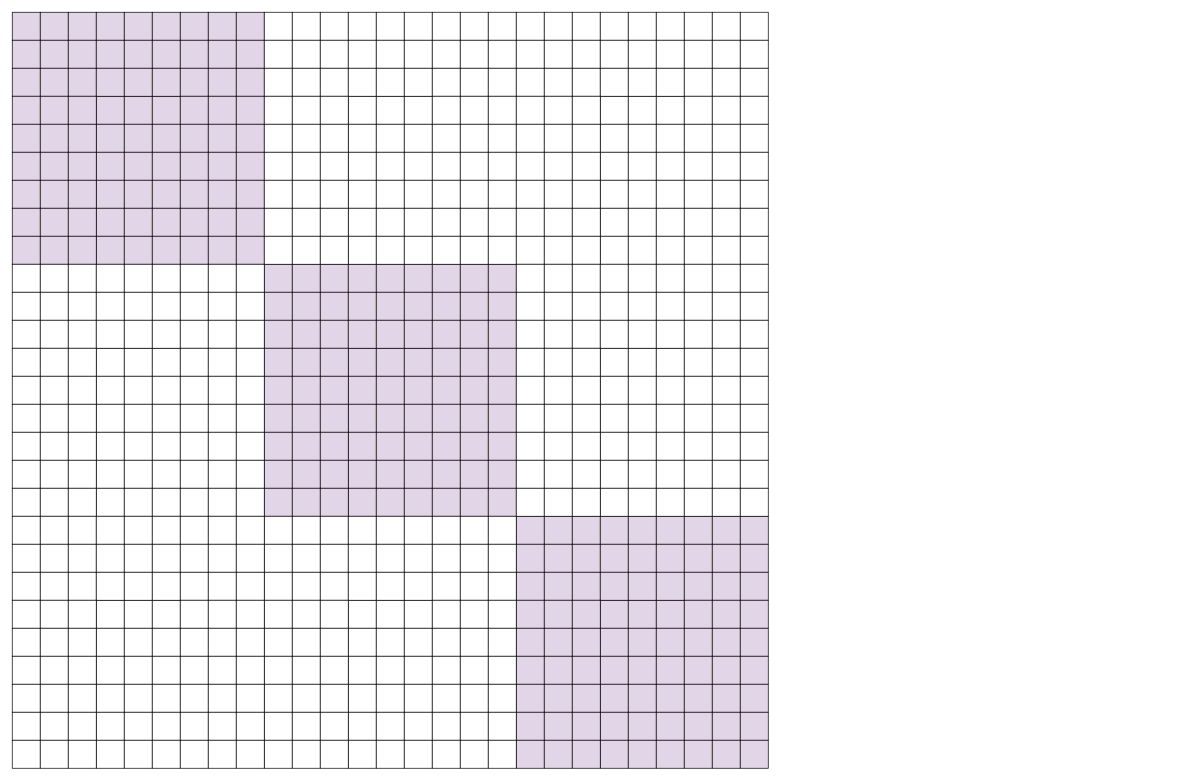
Before: DenseSolver.drawio in piDack/PerformanceCheckUtils, a draw.io diagram. Source tidied: cells renumbered, new cells numbered last; positions are measured from the earlier drawing's top-left corner, leaving out a move shared by most shapes. Both pictures are drawn from the tidied source at 70%, with x=0, y=0 at pixel (12, 12).
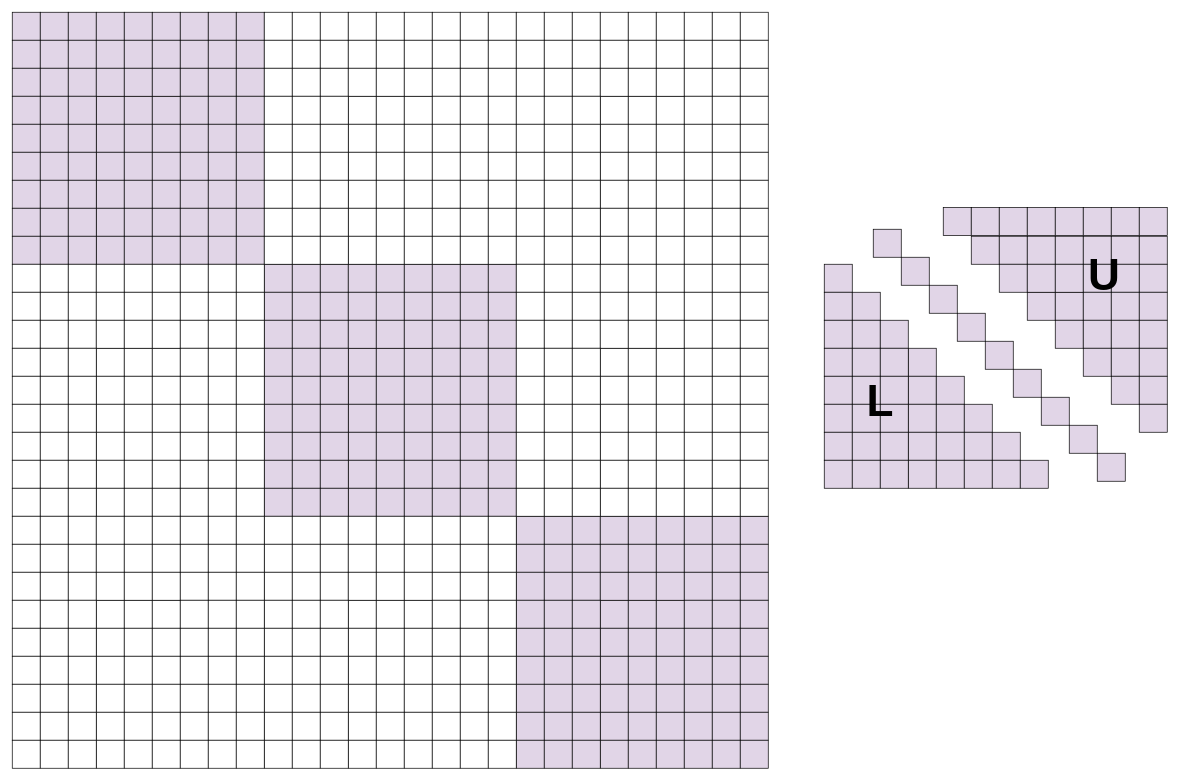
The same diagram, later.

Diff of the diagram source:
```diff
@@
+    <mxCell id="731" style="whiteSpace=wrap;html=1;fillColor=#e1d5e7;strokeColor=default;" parent="1" vertex="1">
+      <mxGeometry x="1230" y="310" width="40" height="40" as="geometry" />
+    </mxCell>
+    <mxCell id="732" style="whiteSpace=wrap;html=1;fillColor=#e1d5e7;strokeColor=default;" parent="1" vertex="1">
+      <mxGeometry x="1330" y="279" width="40" height="40" as="geometry" />
+    </mxCell>
+    <mxCell id="733" style="whiteSpace=wrap;html=1;fillColor=#e1d5e7;strokeColor=default;" parent="1" vertex="1">
+      <mxGeometry x="1370" y="279" width="40" height="40" as="geometry" />
+    </mxCell>
+    <mxCell id="734" style="whiteSpace=wrap;html=1;fillColor=#e1d5e7;strokeColor=default;" parent="1" vertex="1">
+      <mxGeometry x="1160" y="360" width="40" height="40" as="geometry" />
+    </mxCell>
+    <mxCell id="735" style="whiteSpace=wrap;html=1;fillColor=#e1d5e7;strokeColor=default;" parent="1" vertex="1">
+      <mxGeometry x="1270" y="350" width="40" height="40" as="geometry" />
+    </mxCell>
+    <mxCell id="736" style="whiteSpace=wrap;html=1;fillColor=#e1d5e7;strokeColor=default;" parent="1" vertex="1">
+      <mxGeometry x="1370" y="320" width="40" height="40" as="geometry" />
+    </mxCell>
+    <mxCell id="737" style="whiteSpace=wrap;html=1;fillColor=#e1d5e7;strokeColor=default;" parent="1" vertex="1">
+      <mxGeometry x="1160" y="400" width="40" height="40" as="geometry" />
+    </mxCell>
+    <mxCell id="738" style="whiteSpace=wrap;html=1;fillColor=#e1d5e7;strokeColor=default;" parent="1" vertex="1">
+      <mxGeometry x="1200" y="400" width="40" height="40" as="geometry" />
+    </mxCell>
+    <mxCell id="739" style="whiteSpace=wrap;html=1;fillColor=#e1d5e7;strokeColor=default;" parent="1" vertex="1">
+      <mxGeometry x="1310" y="390" width="40" height="40" as="geometry" />
+    </mxCell>
+    <mxCell id="740" style="whiteSpace=wrap;html=1;fillColor=#e1d5e7;strokeColor=default;" parent="1" vertex="1">
+      <mxGeometry x="1350" y="430" width="40" height="40" as="geometry" />
+    </mxCell>
+    <mxCell id="741" style="whiteSpace=wrap;html=1;fillColor=#e1d5e7;strokeColor=default;" parent="1" vertex="1">
+      <mxGeometry x="1450" y="400" width="40" height="40" as="geometry" />
+    </mxCell>
+    <mxCell id="742" style="whiteSpace=wrap;html=1;fillColor=#e1d5e7;strokeColor=default;" parent="1" vertex="1">
+      <mxGeometry x="1490" y="400" width="40" height="40" as="geometry" />
+    </mxCell>
+    <mxCell id="743" style="whiteSpace=wrap;html=1;fillColor=#e1d5e7;strokeColor=default;" parent="1" vertex="1">
+      <mxGeometry x="1280" y="480" width="40" height="40" as="geometry" />
+    </mxCell>
+    <mxCell id="744" style="whiteSpace=wrap;html=1;fillColor=#e1d5e7;strokeColor=default;" parent="1" vertex="1">
+      <mxGeometry x="1390" y="470" width="40" height="40" as="geometry" />
+    </mxCell>
+    <mxCell id="745" style="whiteSpace=wrap;html=1;fillColor=#e1d5e7;strokeColor=default;" parent="1" vertex="1">
+      <mxGeometry x="1490" y="440" width="40" height="40" as="geometry" />
+    </mxCell>
+    <mxCell id="746" style="whiteSpace=wrap;html=1;fillColor=#e1d5e7;strokeColor=default;" parent="1" vertex="1">
+      <mxGeometry x="1280" y="520" width="40" height="40" as="geometry" />
+    </mxCell>
+    <mxCell id="747" style="whiteSpace=wrap;html=1;fillColor=#e1d5e7;strokeColor=default;" parent="1" vertex="1">
+      <mxGeometry x="1320" y="520" width="40" height="40" as="geometry" />
+    </mxCell>
+    <mxCell id="748" style="whiteSpace=wrap;html=1;fillColor=#e1d5e7;strokeColor=default;" parent="1" vertex="1">
+      <mxGeometry x="1430" y="510" width="40" height="40" as="geometry" />
+    </mxCell>
+    <mxCell id="749" style="whiteSpace=wrap;html=1;fillColor=#e1d5e7;strokeColor=default;" parent="1" vertex="1">
+      <mxGeometry x="1410" y="279" width="40" height="40" as="geometry" />
+    </mxCell>
+    <mxCell id="750" style="whiteSpace=wrap;html=1;fillColor=#e1d5e7;strokeColor=default;" parent="1" vertex="1">
+      <mxGeometry x="1450" y="279" width="40" height="40" as="geometry" />
+    </mxCell>
+    <mxCell id="751" style="whiteSpace=wrap;html=1;fillColor=#e1d5e7;strokeColor=default;" parent="1" vertex="1">
+      <mxGeometry x="1490" y="279" width="40" height="40" as="geometry" />
+    </mxCell>
+    <mxCell id="752" style="whiteSpace=wrap;html=1;fillColor=#e1d5e7;strokeColor=default;" parent="1" vertex="1">
+      <mxGeometry x="1410" y="320" width="40" height="40" as="geometry" />
+    </mxCell>
+    <mxCell id="753" style="whiteSpace=wrap;html=1;fillColor=#e1d5e7;strokeColor=default;" parent="1" vertex="1">
+      <mxGeometry x="1450" y="320" width="40" height="40" as="geometry" />
+    </mxCell>
+    <mxCell id="754" style="whiteSpace=wrap;html=1;fillColor=#e1d5e7;strokeColor=default;" parent="1" vertex="1">
+      <mxGeometry x="1490" y="320" width="40" height="40" as="geometry" />
+    </mxCell>
+    <mxCell id="755" style="whiteSpace=wrap;html=1;fillColor=#e1d5e7;strokeColor=default;" parent="1" vertex="1">
+      <mxGeometry x="1410" y="360" width="40" height="40" as="geometry" />
+    </mxCell>
+    <mxCell id="756" style="whiteSpace=wrap;html=1;fillColor=#e1d5e7;strokeColor=default;" parent="1" vertex="1">
+      <mxGeometry x="1450" y="360" width="40" height="40" as="geometry" />
+    </mxCell>
+    <mxCell id="757" style="whiteSpace=wrap;html=1;fillColor=#e1d5e7;strokeColor=default;" parent="1" vertex="1">
+      <mxGeometry x="1490" y="360" width="40" height="40" as="geometry" />
+    </mxCell>
+    <mxCell id="758" style="whiteSpace=wrap;html=1;fillColor=#e1d5e7;strokeColor=default;" parent="1" vertex="1">
+      <mxGeometry x="1530" y="279" width="40" height="40" as="geometry" />
+    </mxCell>
+    <mxCell id="759" style="whiteSpace=wrap;html=1;fillColor=#e1d5e7;strokeColor=default;" parent="1" vertex="1">
+      <mxGeometry x="1570" y="279" width="40" height="40" as="geometry" />
+    </mxCell>
+    <mxCell id="760" style="whiteSpace=wrap;html=1;fillColor=#e1d5e7;strokeColor=default;" parent="1" vertex="1">
+      <mxGeometry x="1610" y="279" width="40" height="40" as="geometry" />
+    </mxCell>
+    <mxCell id="761" style="whiteSpace=wrap;html=1;fillColor=#e1d5e7;strokeColor=default;" parent="1" vertex="1">
+      <mxGeometry x="1530" y="320" width="40" height="40" as="geometry" />
+    </mxCell>
+    <mxCell id="762" style="whiteSpace=wrap;html=1;fillColor=#e1d5e7;strokeColor=default;" parent="1" vertex="1">
+      <mxGeometry x="1570" y="320" width="40" height="40" as="geometry" />
+    </mxCell>
+    <mxCell id="763" style="whiteSpace=wrap;html=1;fillColor=#e1d5e7;strokeColor=default;" parent="1" vertex="1">
+      <mxGeometry x="1610" y="320" width="40" height="40" as="geometry" />
+    </mxCell>
+    <mxCell id="764" style="whiteSpace=wrap;html=1;fillColor=#e1d5e7;strokeColor=default;" parent="1" vertex="1">
+      <mxGeometry x="1530" y="360" width="40" height="40" as="geometry" />
+    </mxCell>
+    <mxCell id="765" style="whiteSpace=wrap;html=1;fillColor=#e1d5e7;strokeColor=default;" parent="1" vertex="1">
+      <mxGeometry x="1570" y="360" width="40" height="40" as="geometry" />
+    </mxCell>
+    <mxCell id="766" style="whiteSpace=wrap;html=1;fillColor=#e1d5e7;strokeColor=default;" parent="1" vertex="1">
+      <mxGeometry x="1610" y="360" width="40" height="40" as="geometry" />
+    </mxCell>
+    <mxCell id="767" style="whiteSpace=wrap;html=1;fillColor=#e1d5e7;strokeColor=default;" parent="1" vertex="1">
+      <mxGeometry x="1160" y="440" width="40" height="40" as="geometry" />
+    </mxCell>
+    <mxCell id="768" style="whiteSpace=wrap;html=1;fillColor=#e1d5e7;strokeColor=default;" parent="1" vertex="1">
+      <mxGeometry x="1200" y="440" width="40" height="40" as="geometry" />
+    </mxCell>
+    <mxCell id="769" style="whiteSpace=wrap;html=1;fillColor=#e1d5e7;strokeColor=default;" parent="1" vertex="1">
+      <mxGeometry x="1240" y="440" width="40" height="40" as="geometry" />
+    </mxCell>
+    <mxCell id="770" style="whiteSpace=wrap;html=1;fillColor=#e1d5e7;strokeColor=default;" parent="1" vertex="1">
+      <mxGeometry x="1160" y="480" width="40" height="40" as="geometry" />
+    </mxCell>
+    <mxCell id="771" style="whiteSpace=wrap;html=1;fillColor=#e1d5e7;strokeColor=default;" parent="1" vertex="1">
+      <mxGeometry x="1200" y="480" width="40" height="40" as="geometry" />
+    </mxCell>
+    <mxCell id="772" style="whiteSpace=wrap;html=1;fillColor=#e1d5e7;strokeColor=default;" parent="1" vertex="1">
+      <mxGeometry x="1240" y="480" width="40" height="40" as="geometry" />
+    </mxCell>
+    <mxCell id="773" style="whiteSpace=wrap;html=1;fillColor=#e1d5e7;strokeColor=default;" parent="1" vertex="1">
+      <mxGeometry x="1160" y="520" width="40" height="40" as="geometry" />
+    </mxCell>
+    <mxCell id="774" style="whiteSpace=wrap;html=1;fillColor=#e1d5e7;strokeColor=default;" parent="1" vertex="1">
+      <mxGeometry x="1200" y="520" width="40" height="40" as="geometry" />
+    </mxCell>
+    <mxCell id="775" style="whiteSpace=wrap;html=1;fillColor=#e1d5e7;strokeColor=default;" parent="1" vertex="1">
+      <mxGeometry x="1240" y="520" width="40" height="40" as="geometry" />
+    </mxCell>
+    <mxCell id="776" style="whiteSpace=wrap;html=1;fillColor=#e1d5e7;strokeColor=default;" parent="1" vertex="1">
+      <mxGeometry x="1530" y="400" width="40" height="40" as="geometry" />
+    </mxCell>
+    <mxCell id="777" style="whiteSpace=wrap;html=1;fillColor=#e1d5e7;strokeColor=default;" parent="1" vertex="1">
+      <mxGeometry x="1570" y="400" width="40" height="40" as="geometry" />
+    </mxCell>
+    <mxCell id="778" style="whiteSpace=wrap;html=1;fillColor=#e1d5e7;strokeColor=default;" parent="1" vertex="1">
+      <mxGeometry x="1610" y="400" width="40" height="40" as="geometry" />
+    </mxCell>
+    <mxCell id="779" style="whiteSpace=wrap;html=1;fillColor=#e1d5e7;strokeColor=default;" parent="1" vertex="1">
+      <mxGeometry x="1530" y="440" width="40" height="40" as="geometry" />
+    </mxCell>
+    <mxCell id="780" style="whiteSpace=wrap;html=1;fillColor=#e1d5e7;strokeColor=default;" parent="1" vertex="1">
+      <mxGeometry x="1570" y="440" width="40" height="40" as="geometry" />
+    </mxCell>
+    <mxCell id="781" style="whiteSpace=wrap;html=1;fillColor=#e1d5e7;strokeColor=default;" parent="1" vertex="1">
+      <mxGeometry x="1610" y="440" width="40" height="40" as="geometry" />
+    </mxCell>
+    <mxCell id="782" style="whiteSpace=wrap;html=1;fillColor=#e1d5e7;strokeColor=default;" parent="1" vertex="1">
+      <mxGeometry x="1530" y="480" width="40" height="40" as="geometry" />
+    </mxCell>
+    <mxCell id="783" style="whiteSpace=wrap;html=1;fillColor=#e1d5e7;strokeColor=default;" parent="1" vertex="1">
+      <mxGeometry x="1570" y="480" width="40" height="40" as="geometry" />
+    </mxCell>
+    <mxCell id="784" style="whiteSpace=wrap;html=1;fillColor=#e1d5e7;strokeColor=default;" parent="1" vertex="1">
+      <mxGeometry x="1610" y="480" width="40" height="40" as="geometry" />
+    </mxCell>
+    <mxCell id="785" style="whiteSpace=wrap;html=1;fillColor=#e1d5e7;strokeColor=default;" parent="1" vertex="1">
+      <mxGeometry x="1280" y="560" width="40" height="40" as="geometry" />
+    </mxCell>
+    <mxCell id="786" style="whiteSpace=wrap;html=1;fillColor=#e1d5e7;strokeColor=default;" parent="1" vertex="1">
+      <mxGeometry x="1320" y="560" width="40" height="40" as="geometry" />
+    </mxCell>
+    <mxCell id="787" style="whiteSpace=wrap;html=1;fillColor=#e1d5e7;strokeColor=default;" parent="1" vertex="1">
+      <mxGeometry x="1360" y="560" width="40" height="40" as="geometry" />
+    </mxCell>
+    <mxCell id="788" style="whiteSpace=wrap;html=1;fillColor=#e1d5e7;strokeColor=default;" parent="1" vertex="1">
+      <mxGeometry x="1280" y="600" width="40" height="40" as="geometry" />
+    </mxCell>
+    <mxCell id="789" style="whiteSpace=wrap;html=1;fillColor=#e1d5e7;strokeColor=default;" parent="1" vertex="1">
+      <mxGeometry x="1320" y="600" width="40" height="40" as="geometry" />
+    </mxCell>
+    <mxCell id="790" style="whiteSpace=wrap;html=1;fillColor=#e1d5e7;strokeColor=default;" parent="1" vertex="1">
+      <mxGeometry x="1360" y="600" width="40" height="40" as="geometry" />
+    </mxCell>
+    <mxCell id="791" style="whiteSpace=wrap;html=1;fillColor=#e1d5e7;strokeColor=default;" parent="1" vertex="1">
+      <mxGeometry x="1280" y="640" width="40" height="40" as="geometry" />
+    </mxCell>
+    <mxCell id="792" style="whiteSpace=wrap;html=1;fillColor=#e1d5e7;strokeColor=default;" parent="1" vertex="1">
+      <mxGeometry x="1320" y="640" width="40" height="40" as="geometry" />
+    </mxCell>
+    <mxCell id="793" style="whiteSpace=wrap;html=1;fillColor=#e1d5e7;strokeColor=default;" parent="1" vertex="1">
+      <mxGeometry x="1360" y="640" width="40" height="40" as="geometry" />
+    </mxCell>
+    <mxCell id="794" style="whiteSpace=wrap;html=1;fillColor=#e1d5e7;strokeColor=default;" parent="1" vertex="1">
+      <mxGeometry x="1160" y="560" width="40" height="40" as="geometry" />
+    </mxCell>
+    <mxCell id="795" style="whiteSpace=wrap;html=1;fillColor=#e1d5e7;strokeColor=default;" parent="1" vertex="1">
+      <mxGeometry x="1200" y="560" width="40" height="40" as="geometry" />
+    </mxCell>
+    <mxCell id="796" style="whiteSpace=wrap;html=1;fillColor=#e1d5e7;strokeColor=default;" parent="1" vertex="1">
+      <mxGeometry x="1240" y="560" width="40" height="40" as="geometry" />
+    </mxCell>
+    <mxCell id="797" style="whiteSpace=wrap;html=1;fillColor=#e1d5e7;strokeColor=default;" parent="1" vertex="1">
+      <mxGeometry x="1160" y="600" width="40" height="40" as="geometry" />
+    </mxCell>
+    <mxCell id="798" style="whiteSpace=wrap;html=1;fillColor=#e1d5e7;strokeColor=default;" parent="1" vertex="1">
+      <mxGeometry x="1200" y="600" width="40" height="40" as="geometry" />
+    </mxCell>
+    <mxCell id="799" style="whiteSpace=wrap;html=1;fillColor=#e1d5e7;strokeColor=default;" parent="1" vertex="1">
+      <mxGeometry x="1240" y="600" width="40" height="40" as="geometry" />
+    </mxCell>
+    <mxCell id="800" style="whiteSpace=wrap;html=1;fillColor=#e1d5e7;strokeColor=default;" parent="1" vertex="1">
+      <mxGeometry x="1160" y="640" width="40" height="40" as="geometry" />
+    </mxCell>
+    <mxCell id="801" style="whiteSpace=wrap;html=1;fillColor=#e1d5e7;strokeColor=default;" parent="1" vertex="1">
+      <mxGeometry x="1200" y="640" width="40" height="40" as="geometry" />
+    </mxCell>
+    <mxCell id="802" style="whiteSpace=wrap;html=1;fillColor=#e1d5e7;strokeColor=default;" parent="1" vertex="1">
+      <mxGeometry x="1240" y="640" width="40" height="40" as="geometry" />
+    </mxCell>
+    <mxCell id="803" style="whiteSpace=wrap;html=1;fillColor=#e1d5e7;strokeColor=default;" parent="1" vertex="1">
+      <mxGeometry x="1470" y="550" width="40" height="40" as="geometry" />
+    </mxCell>
+    <mxCell id="804" style="whiteSpace=wrap;html=1;fillColor=#e1d5e7;strokeColor=default;" parent="1" vertex="1">
+      <mxGeometry x="1570" y="520" width="40" height="40" as="geometry" />
+    </mxCell>
+    <mxCell id="805" style="whiteSpace=wrap;html=1;fillColor=#e1d5e7;strokeColor=default;" parent="1" vertex="1">
+      <mxGeometry x="1610" y="520" width="40" height="40" as="geometry" />
+    </mxCell>
+    <mxCell id="806" style="whiteSpace=wrap;html=1;fillColor=#e1d5e7;strokeColor=default;" parent="1" vertex="1">
+      <mxGeometry x="1400" y="600" width="40" height="40" as="geometry" />
+    </mxCell>
+    <mxCell id="807" style="whiteSpace=wrap;html=1;fillColor=#e1d5e7;strokeColor=default;" parent="1" vertex="1">
+      <mxGeometry x="1510" y="590" width="40" height="40" as="geometry" />
+    </mxCell>
+    <mxCell id="808" style="whiteSpace=wrap;html=1;fillColor=#e1d5e7;strokeColor=default;" parent="1" vertex="1">
+      <mxGeometry x="1610" y="560" width="40" height="40" as="geometry" />
+    </mxCell>
+    <mxCell id="809" style="whiteSpace=wrap;html=1;fillColor=#e1d5e7;strokeColor=default;" parent="1" vertex="1">
+      <mxGeometry x="1400" y="640" width="40" height="40" as="geometry" />
+    </mxCell>
+    <mxCell id="810" style="whiteSpace=wrap;html=1;fillColor=#e1d5e7;strokeColor=default;" parent="1" vertex="1">
+      <mxGeometry x="1440" y="640" width="40" height="40" as="geometry" />
+    </mxCell>
+    <mxCell id="811" style="whiteSpace=wrap;html=1;fillColor=#e1d5e7;strokeColor=default;" parent="1" vertex="1">
+      <mxGeometry x="1550" y="630" width="40" height="40" as="geometry" />
+    </mxCell>
+    <mxCell id="812" value="&lt;b&gt;&lt;font style=&quot;font-size: 63px;&quot;&gt;L&lt;/font&gt;&lt;/b&gt;" style="text;html=1;strokeColor=none;fillColor=none;align=center;verticalAlign=middle;whiteSpace=wrap;rounded=0;" parent="1" vertex="1">
+      <mxGeometry x="1210" y="540" width="60" height="30" as="geometry" />
+    </mxCell>
+    <mxCell id="813" value="&lt;span style=&quot;font-size: 63px;&quot;&gt;&lt;b&gt;U&lt;/b&gt;&lt;/span&gt;" style="text;html=1;strokeColor=none;fillColor=none;align=center;verticalAlign=middle;whiteSpace=wrap;rounded=0;" parent="1" vertex="1">
+      <mxGeometry x="1530" y="360" width="60" height="30" as="geometry" />
+    </mxCell>
```
